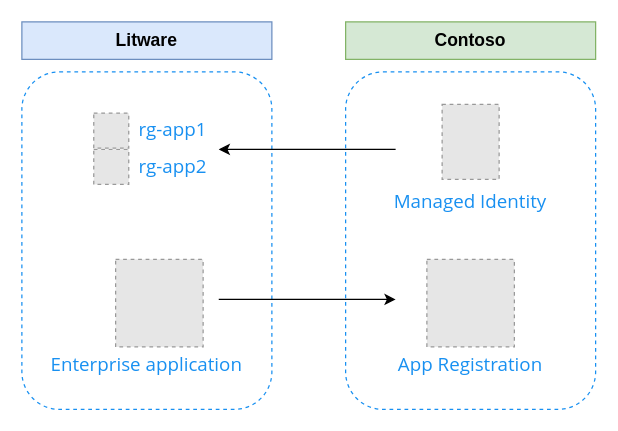
This is page "managed-identity" (1 of 2) of docs/assets/posts/2024/12/31/mi-across-tenants/mi-across-tenants.drawio from JanneMattila/www, a draw.io file, before an edit. Source tidied: cells renumbered, new cells numbered last; positions are measured from the earlier drawing's top-left corner, leaving out a move shared by most shapes. Both pictures are drawn from the tidied source at 125%, with x=0, y=0 at pixel (21, 21). Pictures stored in the file or linked from it are replaced by grey dashed boxes.
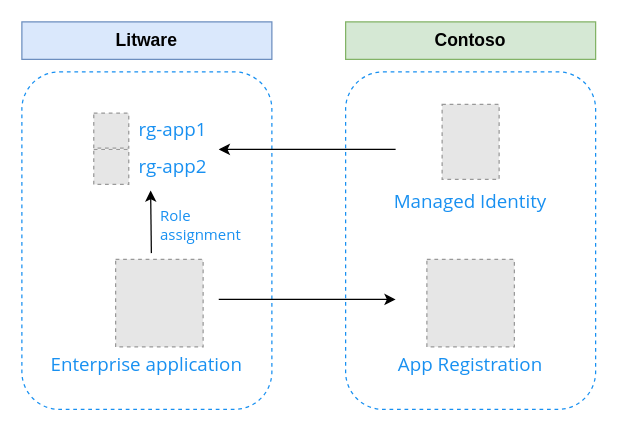
Above is the later version.

Change to the diagram source:
```diff
@@
+    <mxCell id="20" style="rounded=0;orthogonalLoop=1;jettySize=auto;html=1;entryX=0.545;entryY=0.37;entryDx=0;entryDy=0;entryPerimeter=0;" parent="1" edge="1">
+      <mxGeometry relative="1" as="geometry">
+        <mxPoint x="103.6" y="185" as="sourcePoint" />
+        <mxPoint x="103" y="134.9" as="targetPoint" />
+      </mxGeometry>
+    </mxCell>
@@
+    <mxCell id="21" value="Role assignment" style="text;html=1;align=left;verticalAlign=middle;whiteSpace=wrap;rounded=0;labelBackgroundColor=none;fontColor=#1890f1;fontSize=12;fontFamily=segoe ui;" parent="1" vertex="1">
+      <mxGeometry x="109" y="153" width="50" height="20" as="geometry" />
+    </mxCell>
```
